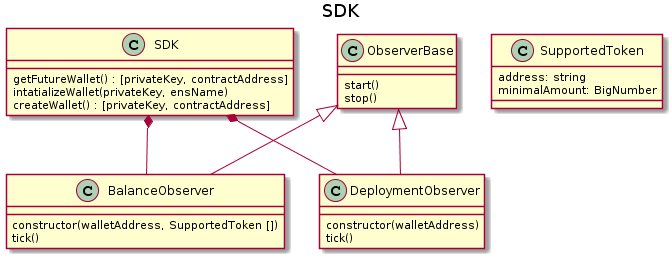
Earlier version of the PlantUML export docs/modeling/SDK.png (UniLogin/UniLogin). The source it was exported from:
```plantuml
@startuml
title SDK

class SDK {
  getFutureWallet() : [privateKey, contractAddress]
  intatializeWallet(privateKey, ensName)
  createWallet() : [privateKey, contractAddress]
}

class SupportedToken {
  address: string
  minimalAmount: BigNumber
}

class ObserverBase {
  start()
  stop()
}

class BalanceObserver {
  constructor(walletAddress, SupportedToken [])
  tick()
}

class DeploymentObserver {
  constructor(walletAddress)
  tick()
}

ObserverBase <|-- BalanceObserver
ObserverBase <|-- DeploymentObserver

SDK *-- BalanceObserver
SDK *-- DeploymentObserver
@enduml
```
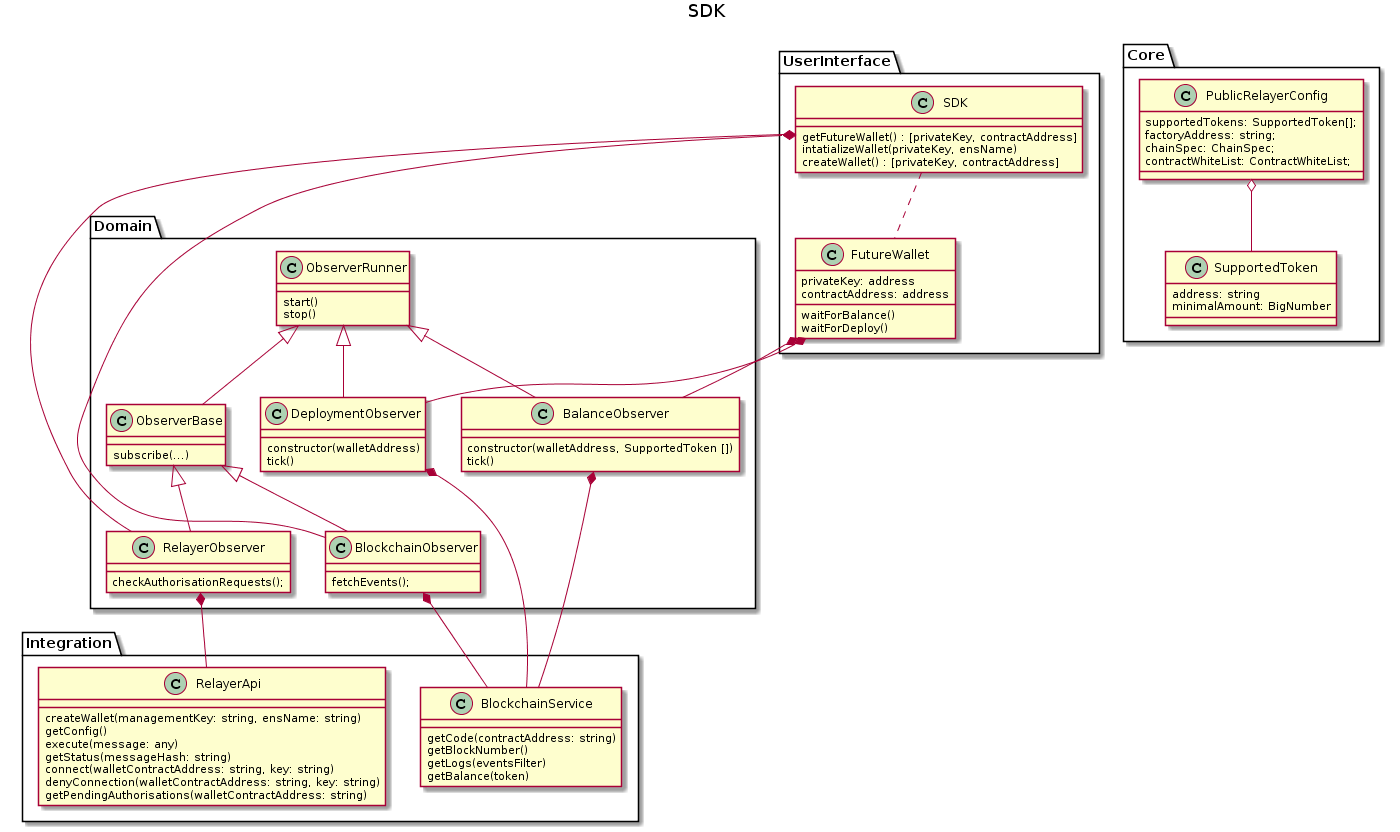
After the change.

The edit, as a diff of the source:
```diff
@@ -1,35 +1,99 @@
 @startuml
 title SDK
 
-class SDK {
-  getFutureWallet() : [privateKey, contractAddress]
-  intatializeWallet(privateKey, ensName)
-  createWallet() : [privateKey, contractAddress]
+package UserInterface {
+  class SDK {
+    getFutureWallet() : [privateKey, contractAddress]
+    intatializeWallet(privateKey, ensName)
+    createWallet() : [privateKey, contractAddress]
+  }
+
+  class FutureWallet {
+    privateKey: address
+    contractAddress: address
+    waitForBalance()
+    waitForDeploy()
+  }
 }
 
-class SupportedToken {
-  address: string
-  minimalAmount: BigNumber
+package Core {
+  class PublicRelayerConfig {
+    supportedTokens: SupportedToken[];
+    factoryAddress: string;
+    chainSpec: ChainSpec;
+    contractWhiteList: ContractWhiteList;
+  }
+
+  class SupportedToken {
+    address: string
+    minimalAmount: BigNumber
+  }
 }
 
-class ObserverBase {
-  start()
-  stop()
+package Domain {
+  class ObserverRunner {
+    start()
+    stop()
+  }
+
+  class ObserverBase {
+    subscribe(...)
+  }
+
+  class BalanceObserver {
+    constructor(walletAddress, SupportedToken [])
+    tick()
+  }
+
+  class DeploymentObserver {
+    constructor(walletAddress)
+    tick()
+  }
+
+  class BlockchainObserver {
+    fetchEvents();
+  }
+
+  class RelayerObserver {
+    checkAuthorisationRequests();
+  }
 }
 
-class BalanceObserver {
-  constructor(walletAddress, SupportedToken [])
-  tick()
+package Integration {
+  class RelayerApi {
+    createWallet(managementKey: string, ensName: string)
+    getConfig()
+    execute(message: any)
+    getStatus(messageHash: string)
+    connect(walletContractAddress: string, key: string)
+    denyConnection(walletContractAddress: string, key: string)
+    getPendingAuthorisations(walletContractAddress: string)
+  }
+
+  class BlockchainService {
+    getCode(contractAddress: string)
+    getBlockNumber()
+    getLogs(eventsFilter)
+    getBalance(token)
+  }
 }
 
-class DeploymentObserver {
-  constructor(walletAddress)
-  tick()
-}
+SDK .. FutureWallet
 
-ObserverBase <|-- BalanceObserver
-ObserverBase <|-- DeploymentObserver
+ObserverRunner <|-- BalanceObserver
+ObserverRunner <|-- DeploymentObserver
+ObserverRunner <|-- ObserverBase
+ObserverBase <|-- BlockchainObserver
+ObserverBase <|-- RelayerObserver
 
-SDK *-- BalanceObserver
-SDK *-- DeploymentObserver
+FutureWallet *-- BalanceObserver
+FutureWallet *-- DeploymentObserver
+BalanceObserver *-- BlockchainService
+DeploymentObserver *-- BlockchainService
+BlockchainObserver *-- BlockchainService
+RelayerObserver *-- RelayerApi
+
+SDK *-- BlockchainObserver
+SDK *-- RelayerObserver
+PublicRelayerConfig o-- SupportedToken
 @enduml
```
